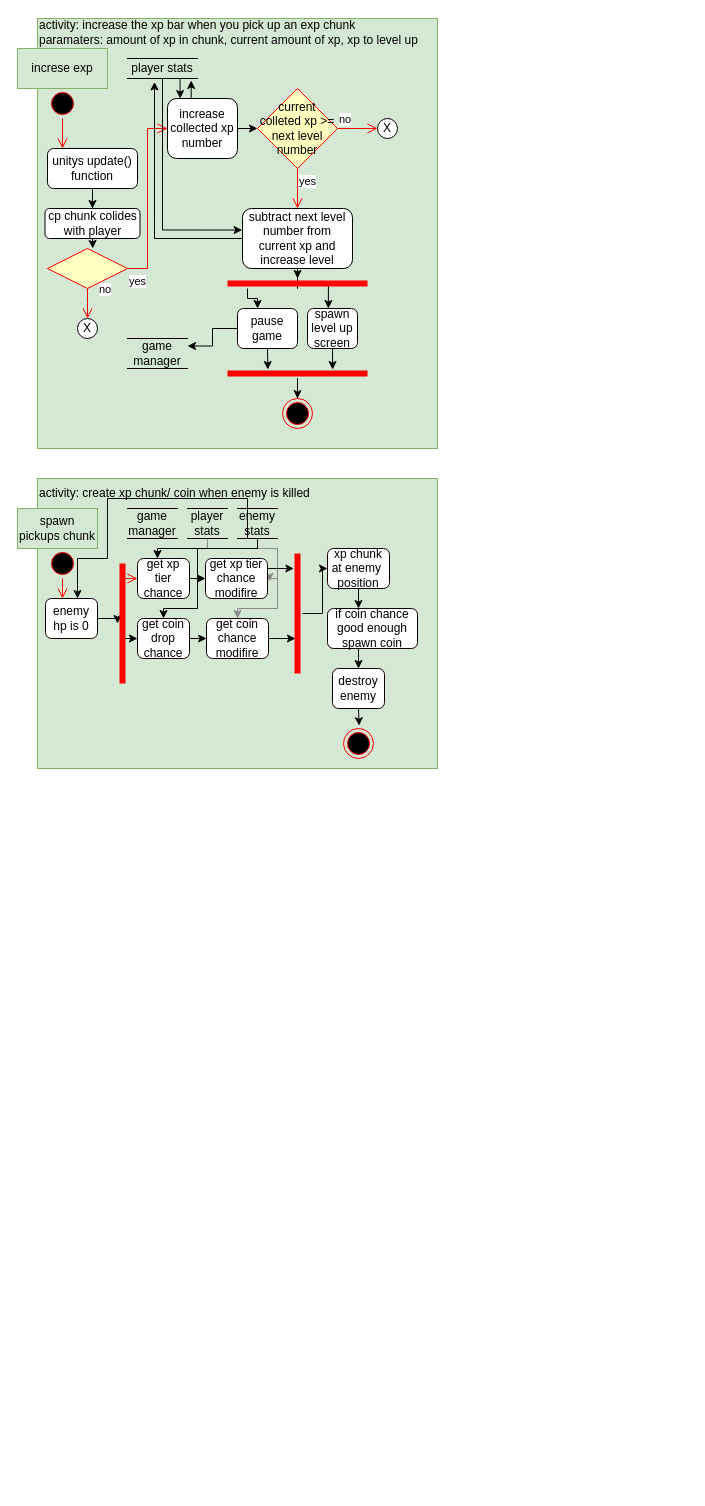
Above: page "xp system" (3 of 3) of Documentation files/activity diagram.drawio in Ulibomber1/Middlespace-Survivor (draw.io), before the change. Source tidied: cells renumbered, new cells numbered last; positions are measured from the earlier drawing's top-left corner, leaving out a move shared by most shapes. Both pictures are drawn from the tidied source at 100%, with x=0, y=0 at pixel (17, 17).
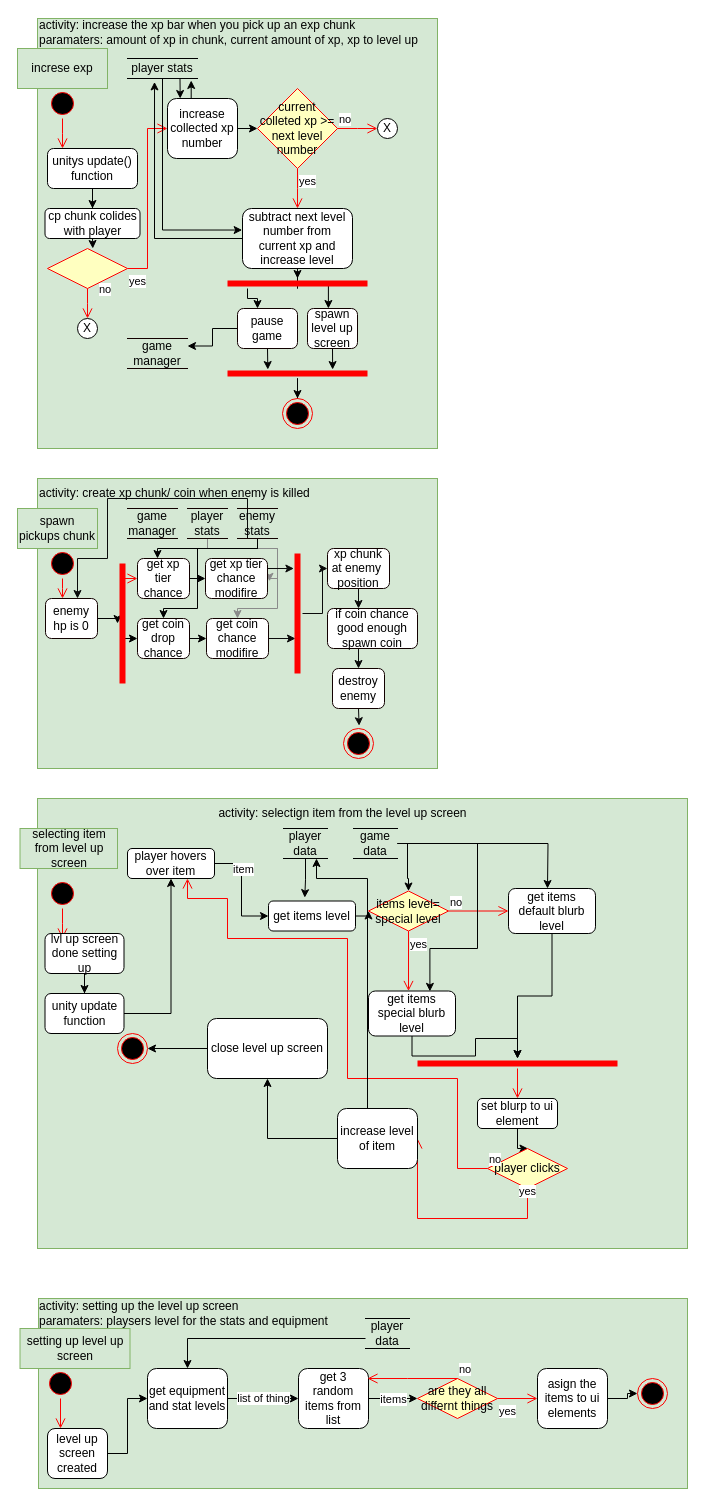
The same page after the edit.

Commit message (it also covers changes not shown here):
worked on the thing thing

Change to the diagram source:
```diff
@@
+    <mxCell id="75" style="rounded=0;whiteSpace=wrap;html=1;fillColor=#d5e8d4;strokeColor=#82b366;" parent="1" vertex="1">
+      <mxGeometry x="20" y="781" width="650" height="450" as="geometry" />
+    </mxCell>
+    <mxCell id="76" value="selecting item from level up screen" style="rounded=0;whiteSpace=wrap;html=1;fillColor=#d5e8d4;strokeColor=#82b366;" parent="1" vertex="1">
+      <mxGeometry x="2.5" y="811" width="97.5" height="40" as="geometry" />
+    </mxCell>
+    <mxCell id="77" style="ellipse;html=1;shape=startState;fillColor=#000000;strokeColor=#ff0000;" parent="1" vertex="1">
+      <mxGeometry x="30" y="861" width="30" height="30" as="geometry" />
+    </mxCell>
+    <mxCell id="78" style="edgeStyle=orthogonalEdgeStyle;html=1;verticalAlign=bottom;endArrow=open;endSize=8;strokeColor=#ff0000;rounded=0;" parent="1" edge="1" source="77">
+      <mxGeometry relative="1" as="geometry">
+        <mxPoint x="45" y="921" as="targetPoint" />
+      </mxGeometry>
+    </mxCell>
+    <mxCell id="79" value="activity: selectign item from the level up screen" style="text;html=1;strokeColor=none;fillColor=none;align=center;verticalAlign=middle;whiteSpace=wrap;rounded=0;" parent="1" vertex="1">
+      <mxGeometry x="21" y="781" width="609" height="30" as="geometry" />
+    </mxCell>
+    <mxCell id="80" style="edgeStyle=orthogonalEdgeStyle;rounded=0;jettySize=auto;html=1;" parent="1" edge="1" source="81" target="84">
+      <mxGeometry relative="1" as="geometry" />
+    </mxCell>
+    <mxCell id="81" value="unity update function" style="rounded=1;whiteSpace=wrap;html=1;" parent="1" vertex="1">
+      <mxGeometry x="27.5" y="976" width="79" height="40" as="geometry" />
+    </mxCell>
+    <mxCell id="82" style="edgeStyle=orthogonalEdgeStyle;rounded=0;jettySize=auto;html=1;entryX=0;entryY=0.5;entryDx=0;entryDy=0;" parent="1" edge="1" source="84" target="86">
+      <mxGeometry relative="1" as="geometry" />
+    </mxCell>
+    <mxCell id="83" value="item" style="edgeLabel;html=1;align=center;verticalAlign=middle;" parent="82" vertex="1">
+      <mxGeometry x="-0.4" y="1" relative="1" as="geometry" />
+    </mxCell>
+    <mxCell id="84" value="player hovers over item" style="whiteSpace=wrap;html=1;rounded=1;" parent="1" vertex="1">
+      <mxGeometry x="110" y="831" width="87" height="30" as="geometry" />
+    </mxCell>
+    <mxCell id="85" style="edgeStyle=orthogonalEdgeStyle;rounded=0;jettySize=auto;html=1;exitX=1;exitY=0.5;exitDx=0;exitDy=0;entryX=0;entryY=0.5;entryDx=0;entryDy=0;" parent="1" edge="1" source="86" target="89">
+      <mxGeometry relative="1" as="geometry" />
+    </mxCell>
+    <mxCell id="86" value="get items level" style="whiteSpace=wrap;html=1;rounded=1;" parent="1" vertex="1">
+      <mxGeometry x="251" y="883.5" width="87" height="30" as="geometry" />
+    </mxCell>
+    <mxCell id="87" style="edgeStyle=orthogonalEdgeStyle;rounded=0;jettySize=auto;html=1;" parent="1" edge="1" source="88" target="100">
+      <mxGeometry relative="1" as="geometry" />
+    </mxCell>
+    <mxCell id="88" value="get items default blurb level" style="whiteSpace=wrap;html=1;rounded=1;" parent="1" vertex="1">
+      <mxGeometry x="491" y="871" width="87" height="45" as="geometry" />
+    </mxCell>
+    <mxCell id="89" value="items level=&lt;br&gt;special level" style="rhombus;whiteSpace=wrap;html=1;fillColor=#ffffc0;strokeColor=#ff0000;" parent="1" vertex="1">
+      <mxGeometry x="351" y="873.5" width="80" height="40" as="geometry" />
+    </mxCell>
+    <mxCell id="90" value="no" style="edgeStyle=orthogonalEdgeStyle;html=1;align=left;verticalAlign=bottom;endArrow=open;endSize=8;strokeColor=#ff0000;rounded=0;" parent="1" edge="1" source="89">
+      <mxGeometry x="-1" relative="1" as="geometry">
+        <mxPoint x="491" y="893.5" as="targetPoint" />
+      </mxGeometry>
+    </mxCell>
+    <mxCell id="91" value="yes" style="edgeStyle=orthogonalEdgeStyle;html=1;align=left;verticalAlign=top;endArrow=open;endSize=8;strokeColor=#ff0000;rounded=0;" parent="1" edge="1" source="89">
+      <mxGeometry x="-1" relative="1" as="geometry">
+        <mxPoint x="391" y="973.5" as="targetPoint" />
+      </mxGeometry>
+    </mxCell>
+    <mxCell id="92" style="edgeStyle=orthogonalEdgeStyle;rounded=0;jettySize=auto;html=1;" parent="1" edge="1" source="93" target="100">
+      <mxGeometry relative="1" as="geometry" />
+    </mxCell>
+    <mxCell id="93" value="get items special blurb level" style="whiteSpace=wrap;html=1;rounded=1;" parent="1" vertex="1">
+      <mxGeometry x="351" y="973.5" width="87" height="45" as="geometry" />
+    </mxCell>
+    <mxCell id="94" style="edgeStyle=orthogonalEdgeStyle;rounded=0;jettySize=auto;html=1;entryX=0.417;entryY=-0.112;entryDx=0;entryDy=0;entryPerimeter=0;" parent="1" edge="1" source="95" target="86">
+      <mxGeometry relative="1" as="geometry" />
+    </mxCell>
+    <mxCell id="95" value="player data" style="shape=partialRectangle;whiteSpace=wrap;html=1;left=0;right=0;fillColor=none;" parent="1" vertex="1">
+      <mxGeometry x="266" y="811" width="44" height="30" as="geometry" />
+    </mxCell>
+    <mxCell id="96" style="edgeStyle=orthogonalEdgeStyle;rounded=0;jettySize=auto;html=1;" parent="1" edge="1" source="99">
+      <mxGeometry relative="1" as="geometry">
+        <mxPoint x="530" y="871" as="targetPoint" />
+      </mxGeometry>
+    </mxCell>
+    <mxCell id="97" style="edgeStyle=orthogonalEdgeStyle;rounded=0;jettySize=auto;html=1;entryX=0.706;entryY=0.008;entryDx=0;entryDy=0;entryPerimeter=0;" parent="1" edge="1" source="99" target="93">
+      <mxGeometry relative="1" as="geometry">
+        <Array as="points">
+          <mxPoint x="460" y="826" />
+          <mxPoint x="460" y="931" />
+          <mxPoint x="412" y="931" />
+        </Array>
+      </mxGeometry>
+    </mxCell>
+    <mxCell id="98" style="edgeStyle=orthogonalEdgeStyle;rounded=0;jettySize=auto;html=1;exitX=1;exitY=0.5;exitDx=0;exitDy=0;entryX=0.5;entryY=0;entryDx=0;entryDy=0;" parent="1" edge="1" source="99" target="89">
+      <mxGeometry relative="1" as="geometry">
+        <Array as="points">
+          <mxPoint x="390" y="826" />
+          <mxPoint x="390" y="861" />
+          <mxPoint x="391" y="861" />
+        </Array>
+      </mxGeometry>
+    </mxCell>
+    <mxCell id="99" value="game data" style="shape=partialRectangle;whiteSpace=wrap;html=1;left=0;right=0;fillColor=none;" parent="1" vertex="1">
+      <mxGeometry x="336" y="811" width="44" height="30" as="geometry" />
+    </mxCell>
+    <mxCell id="100" style="shape=line;html=1;strokeWidth=6;strokeColor=#ff0000;" parent="1" vertex="1">
+      <mxGeometry x="400" y="1041" width="200" height="10" as="geometry" />
+    </mxCell>
+    <mxCell id="101" style="edgeStyle=orthogonalEdgeStyle;html=1;verticalAlign=bottom;endArrow=open;endSize=8;strokeColor=#ff0000;rounded=0;entryX=0.5;entryY=0;entryDx=0;entryDy=0;" parent="1" edge="1" source="100" target="103">
+      <mxGeometry relative="1" as="geometry" />
+    </mxCell>
+    <mxCell id="102" style="edgeStyle=orthogonalEdgeStyle;rounded=0;jettySize=auto;html=1;" parent="1" edge="1" source="103">
+      <mxGeometry relative="1" as="geometry">
+        <mxPoint x="510" y="1131" as="targetPoint" />
+      </mxGeometry>
+    </mxCell>
+    <mxCell id="103" value="set blurp to ui element" style="rounded=1;whiteSpace=wrap;html=1;" parent="1" vertex="1">
+      <mxGeometry x="460" y="1081" width="80" height="30" as="geometry" />
+    </mxCell>
+    <mxCell id="104" value="player clicks" style="rhombus;whiteSpace=wrap;html=1;fillColor=#ffffc0;strokeColor=#ff0000;" parent="1" vertex="1">
+      <mxGeometry x="470" y="1131" width="80" height="40" as="geometry" />
+    </mxCell>
+    <mxCell id="105" value="no" style="edgeStyle=orthogonalEdgeStyle;html=1;align=left;verticalAlign=bottom;endArrow=open;endSize=8;strokeColor=#ff0000;rounded=0;" parent="1" edge="1" source="104">
+      <mxGeometry x="-1" relative="1" as="geometry">
+        <mxPoint x="170" y="861" as="targetPoint" />
+        <Array as="points">
+          <mxPoint x="440" y="1151" />
+          <mxPoint x="440" y="1061" />
+          <mxPoint x="330" y="1061" />
+          <mxPoint x="330" y="921" />
+          <mxPoint x="210" y="921" />
+          <mxPoint x="210" y="881" />
+          <mxPoint x="170" y="881" />
+        </Array>
+      </mxGeometry>
+    </mxCell>
+    <mxCell id="106" value="yes" style="edgeStyle=orthogonalEdgeStyle;html=1;align=left;verticalAlign=top;endArrow=open;endSize=8;strokeColor=#ff0000;rounded=0;entryX=1;entryY=0.5;entryDx=0;entryDy=0;" parent="1" edge="1" source="104" target="109">
+      <mxGeometry x="-1" y="-14" relative="1" as="geometry">
+        <Array as="points">
+          <mxPoint x="510" y="1201" />
+        </Array>
+        <mxPoint x="4" y="-10" as="offset" />
+      </mxGeometry>
+    </mxCell>
+    <mxCell id="107" style="edgeStyle=orthogonalEdgeStyle;rounded=0;jettySize=auto;html=1;entryX=0.75;entryY=1;entryDx=0;entryDy=0;" parent="1" edge="1" source="109" target="95">
+      <mxGeometry relative="1" as="geometry">
+        <Array as="points">
+          <mxPoint x="350" y="861" />
+          <mxPoint x="299" y="861" />
+        </Array>
+      </mxGeometry>
+    </mxCell>
+    <mxCell id="108" style="edgeStyle=orthogonalEdgeStyle;rounded=0;jettySize=auto;html=1;" parent="1" edge="1" source="109" target="111">
+      <mxGeometry relative="1" as="geometry" />
+    </mxCell>
+    <mxCell id="109" value="increase level of item" style="rounded=1;whiteSpace=wrap;html=1;" parent="1" vertex="1">
+      <mxGeometry x="320" y="1091" width="80" height="60" as="geometry" />
+    </mxCell>
+    <mxCell id="110" style="edgeStyle=orthogonalEdgeStyle;rounded=0;jettySize=auto;html=1;" parent="1" edge="1" source="111">
+      <mxGeometry relative="1" as="geometry">
+        <mxPoint x="130" y="1031" as="targetPoint" />
+      </mxGeometry>
+    </mxCell>
+    <mxCell id="111" value="close level up screen" style="whiteSpace=wrap;html=1;rounded=1;" parent="1" vertex="1">
+      <mxGeometry x="190" y="1001" width="120" height="60" as="geometry" />
+    </mxCell>
+    <mxCell id="112" style="edgeStyle=orthogonalEdgeStyle;rounded=0;jettySize=auto;html=1;entryX=0.5;entryY=0;entryDx=0;entryDy=0;" parent="1" edge="1" source="113" target="81">
+      <mxGeometry relative="1" as="geometry" />
+    </mxCell>
+    <mxCell id="113" value="lvl up screen done setting up" style="rounded=1;whiteSpace=wrap;html=1;" parent="1" vertex="1">
+      <mxGeometry x="27.5" y="916" width="79" height="40" as="geometry" />
+    </mxCell>
+    <mxCell id="114" style="rounded=0;whiteSpace=wrap;html=1;fillColor=#d5e8d4;strokeColor=#82b366;" parent="1" vertex="1">
+      <mxGeometry x="21" y="1281" width="649" height="190" as="geometry" />
+    </mxCell>
+    <mxCell id="115" value="setting up level up screen" style="rounded=0;whiteSpace=wrap;html=1;fillColor=#d5e8d4;strokeColor=#82b366;" parent="1" vertex="1">
+      <mxGeometry x="2.5" y="1311" width="110" height="40" as="geometry" />
+    </mxCell>
+    <mxCell id="116" value="activity: setting up the level up screen&lt;br&gt;paramaters: playsers level for the stats and equipment" style="text;html=1;strokeColor=none;fillColor=none;align=left;verticalAlign=middle;whiteSpace=wrap;rounded=0;" parent="1" vertex="1">
+      <mxGeometry x="20" y="1281" width="620" height="30" as="geometry" />
+    </mxCell>
+    <mxCell id="117" style="ellipse;html=1;shape=startState;fillColor=#000000;strokeColor=#ff0000;" parent="1" vertex="1">
+      <mxGeometry x="28" y="1351" width="30" height="30" as="geometry" />
+    </mxCell>
+    <mxCell id="118" style="edgeStyle=orthogonalEdgeStyle;html=1;verticalAlign=bottom;endArrow=open;endSize=8;strokeColor=#ff0000;rounded=0;" parent="1" edge="1" source="117">
+      <mxGeometry relative="1" as="geometry">
+        <mxPoint x="43" y="1411" as="targetPoint" />
+        <Array as="points">
+          <mxPoint x="43" y="1411" />
+        </Array>
+      </mxGeometry>
+    </mxCell>
+    <mxCell id="119" style="edgeStyle=orthogonalEdgeStyle;rounded=0;jettySize=auto;html=1;" parent="1" edge="1" source="120" target="122">
+      <mxGeometry relative="1" as="geometry" />
+    </mxCell>
+    <mxCell id="120" value="level up screen created" style="rounded=1;whiteSpace=wrap;html=1;" parent="1" vertex="1">
+      <mxGeometry x="30" y="1411" width="60" height="50" as="geometry" />
+    </mxCell>
+    <mxCell id="121" value="list of thing" style="edgeStyle=orthogonalEdgeStyle;rounded=0;jettySize=auto;html=1;" parent="1" edge="1" source="122" target="126">
+      <mxGeometry relative="1" as="geometry" />
+    </mxCell>
+    <mxCell id="122" value="get equipment and stat levels" style="whiteSpace=wrap;html=1;rounded=1;" parent="1" vertex="1">
+      <mxGeometry x="130" y="1351" width="80" height="60" as="geometry" />
+    </mxCell>
+    <mxCell id="123" style="edgeStyle=orthogonalEdgeStyle;rounded=0;jettySize=auto;html=1;" parent="1" edge="1" source="124">
+      <mxGeometry relative="1" as="geometry">
+        <mxPoint x="170" y="1351" as="targetPoint" />
+        <Array as="points">
+          <mxPoint x="170" y="1321" />
+        </Array>
+      </mxGeometry>
+    </mxCell>
+    <mxCell id="124" value="player data" style="shape=partialRectangle;whiteSpace=wrap;html=1;left=0;right=0;fillColor=none;" parent="1" vertex="1">
+      <mxGeometry x="348" y="1301" width="44" height="30" as="geometry" />
+    </mxCell>
+    <mxCell id="125" value="items" style="edgeStyle=orthogonalEdgeStyle;rounded=0;jettySize=auto;html=1;" parent="1" edge="1" source="126">
+      <mxGeometry relative="1" as="geometry">
+        <mxPoint x="400" y="1381" as="targetPoint" />
+      </mxGeometry>
+    </mxCell>
+    <mxCell id="126" value="get 3 random items from list" style="whiteSpace=wrap;html=1;rounded=1;" parent="1" vertex="1">
+      <mxGeometry x="281" y="1351" width="70" height="60" as="geometry" />
+    </mxCell>
+    <mxCell id="127" value="are they all&lt;br&gt;differnt things" style="rhombus;whiteSpace=wrap;html=1;fillColor=#ffffc0;strokeColor=#ff0000;" parent="1" vertex="1">
+      <mxGeometry x="400" y="1361" width="80" height="40" as="geometry" />
+    </mxCell>
+    <mxCell id="128" value="no" style="edgeStyle=orthogonalEdgeStyle;html=1;align=left;verticalAlign=bottom;endArrow=open;endSize=8;strokeColor=#ff0000;rounded=0;" parent="1" edge="1" source="127">
+      <mxGeometry x="-1" relative="1" as="geometry">
+        <mxPoint x="350" y="1361" as="targetPoint" />
+        <Array as="points">
+          <mxPoint x="390" y="1361" />
+          <mxPoint x="390" y="1361" />
+        </Array>
+      </mxGeometry>
+    </mxCell>
+    <mxCell id="129" value="yes" style="edgeStyle=orthogonalEdgeStyle;html=1;align=left;verticalAlign=top;endArrow=open;endSize=8;strokeColor=#ff0000;rounded=0;entryX=0;entryY=0.5;entryDx=0;entryDy=0;" parent="1" edge="1" source="127" target="131">
+      <mxGeometry x="-1" relative="1" as="geometry" />
+    </mxCell>
+    <mxCell id="130" style="edgeStyle=orthogonalEdgeStyle;rounded=0;jettySize=auto;html=1;entryX=0;entryY=0.5;entryDx=0;entryDy=0;" parent="1" edge="1" source="131" target="132">
+      <mxGeometry relative="1" as="geometry" />
+    </mxCell>
+    <mxCell id="131" value="asign the items to ui elements" style="whiteSpace=wrap;html=1;rounded=1;" parent="1" vertex="1">
+      <mxGeometry x="520" y="1351" width="70" height="60" as="geometry" />
+    </mxCell>
+    <mxCell id="132" style="ellipse;html=1;shape=endState;fillColor=#000000;strokeColor=#ff0000;" parent="1" vertex="1">
+      <mxGeometry x="620" y="1361" width="30" height="30" as="geometry" />
+    </mxCell>
+    <mxCell id="133" style="ellipse;html=1;shape=endState;fillColor=#000000;strokeColor=#ff0000;" parent="1" vertex="1">
+      <mxGeometry x="100" y="1016" width="30" height="30" as="geometry" />
+    </mxCell>
```
